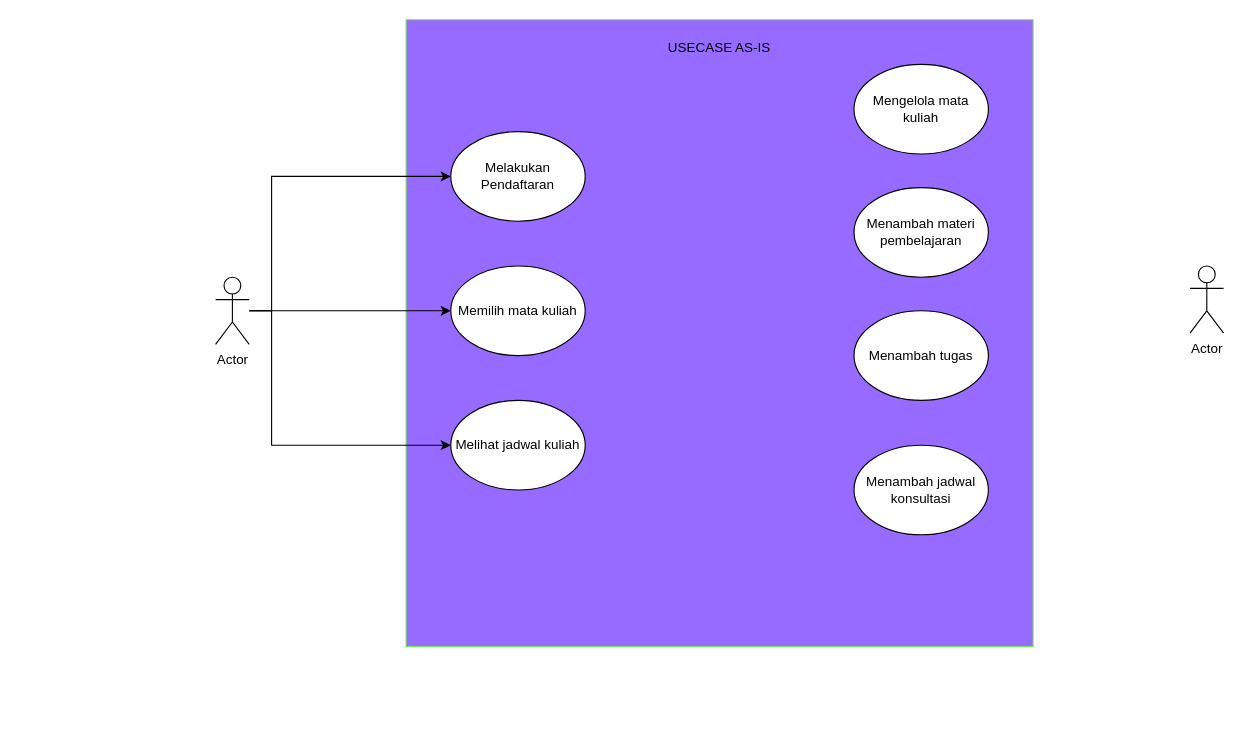
Before: Untitled Diagram.drawio in BintangFerinantama/Materi-PETRUK, a draw.io diagram. Source tidied: cells renumbered, new cells numbered last; positions are measured from the earlier drawing's top-left corner, leaving out a move shared by most shapes. Both pictures are drawn from the tidied source at 112%, with x=0, y=0 at pixel (215, 19).
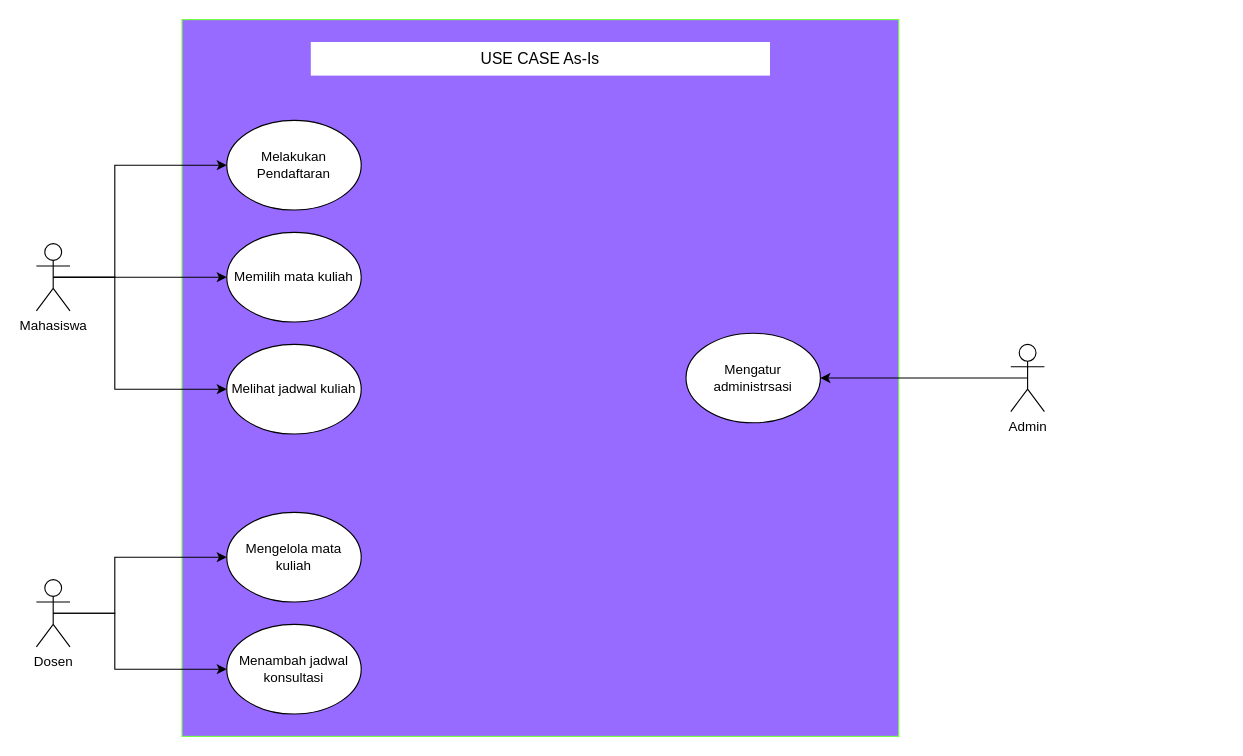
After the change.

The edit, as a diff of the source:
```diff
@@
     <mxCell id="2" style="whiteSpace=wrap;html=1;strokeColor=#75FF42;fillColor=#976BFF;" parent="1" vertex="1">
-      <mxGeometry x="170" width="560" height="560" as="geometry" />
+      <mxGeometry x="-30" width="640" height="640" as="geometry" />
     </mxCell>
-    <mxCell id="3" style="edgeStyle=orthogonalEdgeStyle;rounded=0;jettySize=auto;html=1;entryX=0;entryY=0.5;entryDx=0;entryDy=0;" parent="1" edge="1" source="6" target="10">
-      <mxGeometry relative="1" as="geometry">
-        <Array as="points">
-          <mxPoint x="50" y="260" />
-          <mxPoint x="50" y="380" />
-        </Array>
-      </mxGeometry>
-    </mxCell>
-    <mxCell id="4" style="edgeStyle=orthogonalEdgeStyle;rounded=0;jettySize=auto;html=1;entryX=0;entryY=0.5;entryDx=0;entryDy=0;" parent="1" edge="1" source="6" target="9">
-      <mxGeometry relative="1" as="geometry" />
-    </mxCell>
-    <mxCell id="5" style="edgeStyle=orthogonalEdgeStyle;rounded=0;jettySize=auto;html=1;entryX=0;entryY=0.5;entryDx=0;entryDy=0;" parent="1" edge="1" source="6" target="8">
-      <mxGeometry relative="1" as="geometry">
-        <Array as="points">
-          <mxPoint x="50" y="260" />
-          <mxPoint x="50" y="140" />
-        </Array>
-      </mxGeometry>
-    </mxCell>
-    <mxCell id="6" value="Actor" style="shape=umlActor;verticalLabelPosition=bottom;verticalAlign=top;html=1;outlineConnect=0;" parent="1" vertex="1">
-      <mxGeometry y="230" width="30" height="60" as="geometry" />
-    </mxCell>
-    <mxCell id="7" value="Actor" style="shape=umlActor;verticalLabelPosition=bottom;verticalAlign=top;html=1;" parent="1" vertex="1">
-      <mxGeometry x="870" y="220" width="30" height="60" as="geometry" />
-    </mxCell>
     <mxCell id="8" value="Melakukan Pendaftaran" style="ellipse;whiteSpace=wrap;html=1;" parent="1" vertex="1">
-      <mxGeometry x="210" y="100" width="120" height="80" as="geometry" />
+      <mxGeometry x="10" y="90" width="120" height="80" as="geometry" />
     </mxCell>
     <mxCell id="9" value="Memilih mata kuliah" style="ellipse;whiteSpace=wrap;html=1;" parent="1" vertex="1">
-      <mxGeometry x="210" y="220" width="120" height="80" as="geometry" />
+      <mxGeometry x="10" y="190" width="120" height="80" as="geometry" />
     </mxCell>
     <mxCell id="10" value="Melihat jadwal kuliah" style="ellipse;whiteSpace=wrap;html=1;" parent="1" vertex="1">
-      <mxGeometry x="210" y="340" width="120" height="80" as="geometry" />
+      <mxGeometry x="10" y="290" width="120" height="80" as="geometry" />
     </mxCell>
-    <mxCell id="11" value="USECASE AS-IS" style="text;html=1;strokeColor=none;fillColor=none;align=center;verticalAlign=middle;whiteSpace=wrap;rounded=0;" parent="1" vertex="1">
-      <mxGeometry x="170" y="10" width="560" height="30" as="geometry" />
+    <mxCell id="11" value="&lt;font style=&quot;font-size: 14px;&quot;&gt;USE CASE As-Is&lt;/font&gt;" style="text;html=1;strokeColor=none;fillColor=#FFFFFF;align=center;verticalAlign=middle;whiteSpace=wrap;rounded=0;" parent="1" vertex="1">
+      <mxGeometry x="85" y="20" width="410" height="30" as="geometry" />
     </mxCell>
     <mxCell id="12" value="Mengelola mata kuliah" style="ellipse;whiteSpace=wrap;html=1;" parent="1" vertex="1">
-      <mxGeometry x="570" y="40" width="120" height="80" as="geometry" />
+      <mxGeometry x="10" y="440" width="120" height="80" as="geometry" />
     </mxCell>
-    <mxCell id="13" value="Menambah materi pembelajaran" style="ellipse;whiteSpace=wrap;html=1;" parent="1" vertex="1">
-      <mxGeometry x="570" y="150" width="120" height="80" as="geometry" />
+    <mxCell id="13" value="Mengatur administrsasi" style="ellipse;whiteSpace=wrap;html=1;" parent="1" vertex="1">
+      <mxGeometry x="420" y="280" width="120" height="80" as="geometry" />
     </mxCell>
-    <mxCell id="14" value="Menambah tugas" style="ellipse;whiteSpace=wrap;html=1;" parent="1" vertex="1">
-      <mxGeometry x="570" y="260" width="120" height="80" as="geometry" />
-    </mxCell>
     <mxCell id="15" value="Menambah jadwal konsultasi" style="ellipse;whiteSpace=wrap;html=1;" parent="1" vertex="1">
-      <mxGeometry x="570" y="380" width="120" height="80" as="geometry" />
+      <mxGeometry x="10" y="540" width="120" height="80" as="geometry" />
     </mxCell>
+    <mxCell id="16" style="edgeStyle=orthogonalEdgeStyle;rounded=0;jettySize=auto;html=1;exitX=0.5;exitY=0.5;exitDx=0;exitDy=0;exitPerimeter=0;entryX=0;entryY=0.5;entryDx=0;entryDy=0;" parent="1" edge="1" source="19" target="8">
+      <mxGeometry relative="1" as="geometry">
+        <Array as="points">
+          <mxPoint x="-90" y="230" />
+          <mxPoint x="-90" y="130" />
+        </Array>
+      </mxGeometry>
+    </mxCell>
+    <mxCell id="17" style="edgeStyle=orthogonalEdgeStyle;rounded=0;jettySize=auto;html=1;exitX=0.5;exitY=0.5;exitDx=0;exitDy=0;exitPerimeter=0;entryX=0;entryY=0.5;entryDx=0;entryDy=0;" parent="1" edge="1" source="19" target="9">
+      <mxGeometry relative="1" as="geometry" />
+    </mxCell>
+    <mxCell id="18" style="edgeStyle=orthogonalEdgeStyle;rounded=0;jettySize=auto;html=1;exitX=0.5;exitY=0.5;exitDx=0;exitDy=0;exitPerimeter=0;entryX=0;entryY=0.5;entryDx=0;entryDy=0;" parent="1" edge="1" source="19" target="10">
+      <mxGeometry relative="1" as="geometry">
+        <Array as="points">
+          <mxPoint x="-90" y="230" />
+          <mxPoint x="-90" y="330" />
+        </Array>
+      </mxGeometry>
+    </mxCell>
+    <mxCell id="19" value="Mahasiswa" style="shape=umlActor;verticalLabelPosition=bottom;verticalAlign=top;html=1;outlineConnect=0;" parent="1" vertex="1">
+      <mxGeometry x="-160" y="200" width="30" height="60" as="geometry" />
+    </mxCell>
+    <mxCell id="20" style="edgeStyle=orthogonalEdgeStyle;rounded=0;jettySize=auto;html=1;exitX=0.5;exitY=0.5;exitDx=0;exitDy=0;exitPerimeter=0;entryX=0;entryY=0.5;entryDx=0;entryDy=0;" parent="1" edge="1" source="22" target="12">
+      <mxGeometry relative="1" as="geometry">
+        <Array as="points">
+          <mxPoint x="-90" y="530" />
+          <mxPoint x="-90" y="480" />
+        </Array>
+      </mxGeometry>
+    </mxCell>
+    <mxCell id="21" style="edgeStyle=orthogonalEdgeStyle;rounded=0;jettySize=auto;html=1;exitX=0.5;exitY=0.5;exitDx=0;exitDy=0;exitPerimeter=0;entryX=0;entryY=0.5;entryDx=0;entryDy=0;" parent="1" edge="1" source="22" target="15">
+      <mxGeometry relative="1" as="geometry">
+        <Array as="points">
+          <mxPoint x="-90" y="530" />
+          <mxPoint x="-90" y="580" />
+        </Array>
+      </mxGeometry>
+    </mxCell>
+    <mxCell id="22" value="Dosen" style="shape=umlActor;verticalLabelPosition=bottom;verticalAlign=top;html=1;outlineConnect=0;" parent="1" vertex="1">
+      <mxGeometry x="-160" y="500" width="30" height="60" as="geometry" />
+    </mxCell>
+    <mxCell id="23" style="edgeStyle=orthogonalEdgeStyle;rounded=0;jettySize=auto;html=1;exitX=0.5;exitY=0.5;exitDx=0;exitDy=0;exitPerimeter=0;entryX=1;entryY=0.5;entryDx=0;entryDy=0;" parent="1" edge="1" source="24" target="13">
+      <mxGeometry relative="1" as="geometry" />
+    </mxCell>
+    <mxCell id="24" value="Admin" style="shape=umlActor;verticalLabelPosition=bottom;verticalAlign=top;html=1;outlineConnect=0;" parent="1" vertex="1">
+      <mxGeometry x="710" y="290" width="30" height="60" as="geometry" />
+    </mxCell>
```
